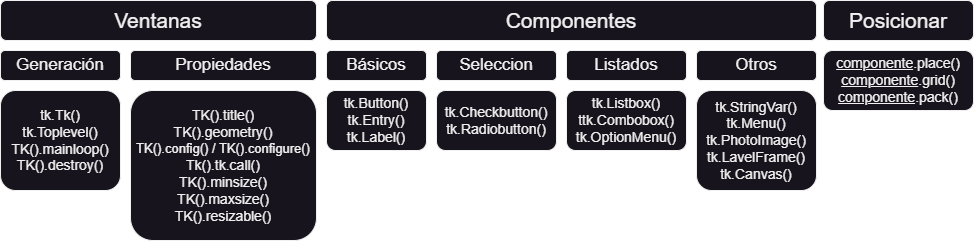
This is SEPE_Python_Avanzado_PUE/Tema 3 - PCPP1/Apuntes_diagramas/tkinter/Básico.png from NaveganteGithub/EstudiosPython, a draw.io export, as it was before one commit. Source tidied: cells renumbered, new cells last; positions are measured from the earlier drawing's top-left corner, leaving out a move shared by most shapes. The source it was exported from:
```xml
<mxGraphModel>
  <root>
    <mxCell id="0" />
    <mxCell id="1" parent="0" />
    <mxCell id="2" value="TK().title()&lt;br style=&quot;font-size: 14px;&quot;&gt;TK().geometry()&lt;br&gt;&lt;font style=&quot;font-size: 13px;&quot;&gt;TK().config() / TK().configure()&lt;/font&gt;&lt;br style=&quot;font-size: 14px;&quot;&gt;Tk().tk.call()&lt;br&gt;TK().minsize()&lt;br style=&quot;font-size: 14px;&quot;&gt;TK().maxsize()&lt;br style=&quot;font-size: 14px;&quot;&gt;TK().resizable()" style="rounded=1;whiteSpace=wrap;html=1;fontSize=14;" parent="1" vertex="1">
      <mxGeometry x="130" y="90" width="186" height="150" as="geometry" />
    </mxCell>
    <mxCell id="3" value="tk.Checkbutton()&lt;br style=&quot;font-size: 14px;&quot;&gt;tk.Radiobutton()" style="rounded=1;whiteSpace=wrap;html=1;fontSize=14;" parent="1" vertex="1">
      <mxGeometry x="436" y="90" width="120" height="60" as="geometry" />
    </mxCell>
    <mxCell id="4" value="tk.Tk()&lt;br&gt;tk.Toplevel()&lt;br style=&quot;font-size: 14px;&quot;&gt;TK().mainloop()&lt;br&gt;TK().destroy()" style="rounded=1;whiteSpace=wrap;html=1;fontSize=14;" parent="1" vertex="1">
      <mxGeometry y="90" width="120" height="100" as="geometry" />
    </mxCell>
    <mxCell id="5" value="tk.Button()&lt;br style=&quot;font-size: 14px;&quot;&gt;tk.Entry()&lt;br style=&quot;font-size: 14px;&quot;&gt;tk.Label()" style="rounded=1;whiteSpace=wrap;html=1;fontSize=14;" parent="1" vertex="1">
      <mxGeometry x="326" y="90" width="100" height="60" as="geometry" />
    </mxCell>
    <mxCell id="6" value="tk.Listbox()&lt;br style=&quot;font-size: 14px;&quot;&gt;ttk.Combobox()&lt;br style=&quot;font-size: 14px;&quot;&gt;tk.OptionMenu()" style="rounded=1;whiteSpace=wrap;html=1;fontSize=14;" parent="1" vertex="1">
      <mxGeometry x="566" y="90" width="120" height="60" as="geometry" />
    </mxCell>
    <mxCell id="7" value="Componentes" style="rounded=1;whiteSpace=wrap;html=1;fontSize=21;" parent="1" vertex="1">
      <mxGeometry x="326" width="490" height="40" as="geometry" />
    </mxCell>
    <mxCell id="8" value="Seleccion" style="rounded=1;whiteSpace=wrap;html=1;fontSize=17;" parent="1" vertex="1">
      <mxGeometry x="436" y="50" width="120" height="30" as="geometry" />
    </mxCell>
    <mxCell id="9" value="Listados" style="rounded=1;whiteSpace=wrap;html=1;fontSize=17;" parent="1" vertex="1">
      <mxGeometry x="566" y="50" width="120" height="30" as="geometry" />
    </mxCell>
    <mxCell id="10" value="Básicos" style="rounded=1;whiteSpace=wrap;html=1;fontSize=17;" parent="1" vertex="1">
      <mxGeometry x="326" y="50" width="100" height="30" as="geometry" />
    </mxCell>
    <mxCell id="11" value="Generación" style="rounded=1;whiteSpace=wrap;html=1;fontSize=17;" parent="1" vertex="1">
      <mxGeometry y="50" width="120" height="30" as="geometry" />
    </mxCell>
    <mxCell id="12" value="Propiedades" style="rounded=1;whiteSpace=wrap;html=1;fontSize=17;" parent="1" vertex="1">
      <mxGeometry x="130" y="50" width="186" height="30" as="geometry" />
    </mxCell>
    <mxCell id="13" value="Ventanas" style="rounded=1;whiteSpace=wrap;html=1;fontSize=21;" parent="1" vertex="1">
      <mxGeometry width="316" height="40" as="geometry" />
    </mxCell>
    <mxCell id="14" value="&lt;u&gt;componente&lt;/u&gt;.place()&lt;br style=&quot;font-size: 14px;&quot;&gt;&lt;u&gt;componente&lt;/u&gt;.grid()&lt;br style=&quot;font-size: 14px;&quot;&gt;&lt;u&gt;componente&lt;/u&gt;.pack()" style="rounded=1;whiteSpace=wrap;html=1;fontSize=14;" parent="1" vertex="1">
      <mxGeometry x="823" y="50" width="150" height="60" as="geometry" />
    </mxCell>
    <mxCell id="15" value="Posicionar" style="rounded=1;whiteSpace=wrap;html=1;fontSize=21;" parent="1" vertex="1">
      <mxGeometry x="823" width="150" height="40" as="geometry" />
    </mxCell>
    <mxCell id="16" value="tk.StringVar()&lt;br&gt;tk.Menu()&lt;br&gt;tk.PhotoImage()&lt;br&gt;tk.LavelFrame()&lt;br&gt;tk.Canvas()" style="rounded=1;whiteSpace=wrap;html=1;fontSize=14;" parent="1" vertex="1">
      <mxGeometry x="696" y="90" width="120" height="100" as="geometry" />
    </mxCell>
    <mxCell id="17" value="Otros" style="rounded=1;whiteSpace=wrap;html=1;fontSize=17;" parent="1" vertex="1">
      <mxGeometry x="696" y="50" width="120" height="30" as="geometry" />
    </mxCell>
  </root>
</mxGraphModel>
```
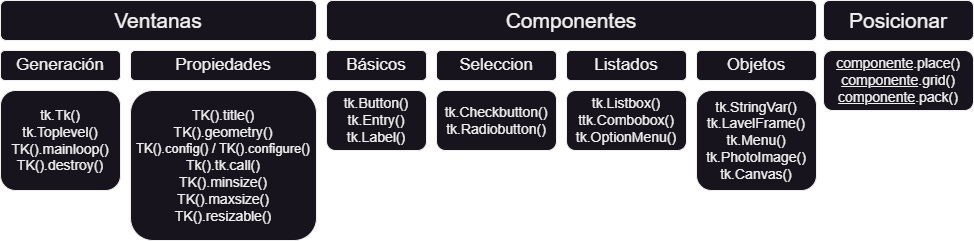
Later version of the same file.

The edit, as a diff of the source:
```diff
@@ -44,10 +44,10 @@
     <mxCell id="15" value="Posicionar" style="rounded=1;whiteSpace=wrap;html=1;fontSize=21;" parent="1" vertex="1">
       <mxGeometry x="823" width="150" height="40" as="geometry" />
     </mxCell>
-    <mxCell id="16" value="tk.StringVar()&lt;br&gt;tk.Menu()&lt;br&gt;tk.PhotoImage()&lt;br&gt;tk.LavelFrame()&lt;br&gt;tk.Canvas()" style="rounded=1;whiteSpace=wrap;html=1;fontSize=14;" parent="1" vertex="1">
+    <mxCell id="16" value="tk.StringVar()&lt;br&gt;tk.LavelFrame()&lt;br&gt;tk.Menu()&lt;br&gt;tk.PhotoImage()&lt;br&gt;tk.Canvas()" style="rounded=1;whiteSpace=wrap;html=1;fontSize=14;" parent="1" vertex="1">
       <mxGeometry x="696" y="90" width="120" height="100" as="geometry" />
     </mxCell>
-    <mxCell id="17" value="Otros" style="rounded=1;whiteSpace=wrap;html=1;fontSize=17;" parent="1" vertex="1">
+    <mxCell id="17" value="Objetos" style="rounded=1;whiteSpace=wrap;html=1;fontSize=17;" parent="1" vertex="1">
       <mxGeometry x="696" y="50" width="120" height="30" as="geometry" />
     </mxCell>
   </root>
```
